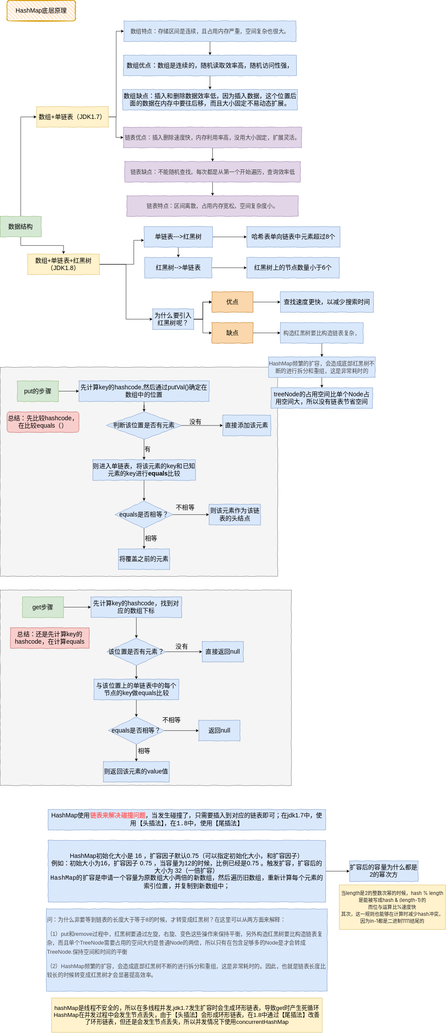
This is Java/HashMap.svg from kusuzi/LearnJava, a draw.io export, as it was before one commit. Source tidied: cells renumbered, new cells last; positions are measured from the earlier drawing's top-left corner, leaving out a move shared by most shapes.
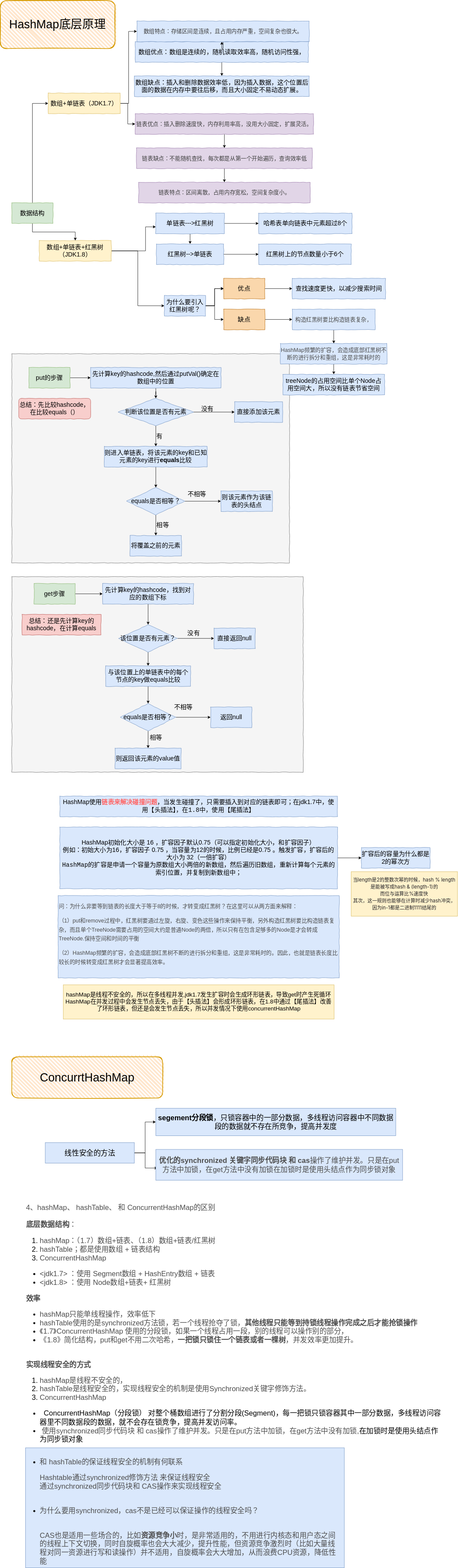
The same file after the commit.

The edit, as a diff of the source:
```diff
@@ -8,8 +8,8 @@
     <mxCell id="3" style="rounded=0;whiteSpace=wrap;html=1;comic=1;fontSize=18;strokeColor=#666666;fillColor=#f5f5f5;fontColor=#333333;" parent="1" vertex="1">
       <mxGeometry y="1070" width="810" height="610" as="geometry" />
     </mxCell>
-    <mxCell id="4" value="HashMap底层原理" style="rounded=1;whiteSpace=wrap;html=1;strokeWidth=2;fillWeight=4;hachureGap=8;hachureAngle=45;fillColor=#ffe6cc;sketch=1;labelBackgroundColor=none;strokeColor=#d79b00;fontSize=18;" parent="1" vertex="1">
-      <mxGeometry x="20" width="200" height="60" as="geometry" />
+    <mxCell id="4" value="HashMap底层原理" style="rounded=1;whiteSpace=wrap;html=1;strokeWidth=2;fillWeight=4;hachureGap=8;hachureAngle=45;fillColor=#ffe6cc;sketch=1;labelBackgroundColor=none;strokeColor=#d79b00;fontSize=34;" parent="1" vertex="1">
+      <mxGeometry x="-33.8" y="40" width="335" height="140" as="geometry" />
     </mxCell>
     <mxCell id="5" style="edgeStyle=orthogonalEdgeStyle;rounded=0;jettySize=auto;html=1;fontSize=18;" parent="1" edge="1" source="7" target="10">
       <mxGeometry relative="1" as="geometry">
@@ -210,7 +210,7 @@
       <mxGeometry relative="1" as="geometry" />
     </mxCell>
     <mxCell id="68" value="&lt;span style=&quot;color: rgb(64, 64, 64); font-size: 16px;&quot;&gt;数组特点：存储区间是连续，且占用内存严重，空间复杂也很大。&lt;/span&gt;" style="whiteSpace=wrap;html=1;rounded=0;labelBackgroundColor=none;comic=1;fontSize=18;strokeColor=#6c8ebf;fillColor=#dae8fc;" parent="1" vertex="1">
-      <mxGeometry x="361.2" y="60" width="502.5" height="60" as="geometry" />
+      <mxGeometry x="365" y="100" width="502.5" height="60" as="geometry" />
     </mxCell>
     <mxCell id="69" value="&lt;span style=&quot;color: rgb(64, 64, 64); font-size: 16px;&quot;&gt;链表特点：区间离散，占用内存宽松，空间复杂度小。&lt;/span&gt;" style="whiteSpace=wrap;html=1;rounded=0;fontSize=18;fontStyle=0;strokeColor=#9673a6;fillColor=#e1d5e7;comic=1;labelBackgroundColor=none;" parent="1" vertex="1">
       <mxGeometry x="370" y="570" width="500" height="60" as="geometry" />
@@ -281,5 +281,29 @@
     <mxCell id="91" value="&lt;span style=&quot;color: rgb(34 , 34 , 38) ; font-family: &amp;#34;sf pro display&amp;#34; , &amp;#34;roboto&amp;#34; , &amp;#34;noto&amp;#34; , &amp;#34;arial&amp;#34; , &amp;#34;pingfang sc&amp;#34; , &amp;#34;hiragino sans gb&amp;#34; , &amp;#34;microsoft yahei&amp;#34; , sans-serif ; font-size: 14px ; text-align: left&quot;&gt;当length是2的整数次幂的时候，hash % length是能被写成hash &amp;amp; (length-1)的&lt;br&gt;而位与运算比%速度快&lt;br&gt;其次，这一规则也能够在计算时减少hash冲突，因为in-1都是二进制1111结尾的&lt;/span&gt;&lt;span style=&quot;color: rgb(34 , 34 , 38) ; font-family: &amp;#34;sf pro display&amp;#34; , &amp;#34;roboto&amp;#34; , &amp;#34;noto&amp;#34; , &amp;#34;arial&amp;#34; , &amp;#34;pingfang sc&amp;#34; , &amp;#34;hiragino sans gb&amp;#34; , &amp;#34;microsoft yahei&amp;#34; , sans-serif ; font-size: 14px ; text-align: left&quot;&gt;&lt;br&gt;&lt;/span&gt;" style="whiteSpace=wrap;html=1;labelBackgroundColor=none;fontSize=17;align=center;fillColor=#fff2cc;strokeColor=#d6b656;" parent="1" vertex="1">
       <mxGeometry x="990" y="2580" width="310" height="130" as="geometry" />
     </mxCell>
+    <mxCell id="92" value="ConcurrtHashMap" style="rounded=1;whiteSpace=wrap;html=1;strokeWidth=2;fillWeight=4;hachureGap=8;hachureAngle=45;fillColor=#ffe6cc;sketch=1;labelBackgroundColor=none;fontSize=34;align=center;strokeColor=#d79b00;" parent="1" vertex="1">
+      <mxGeometry y="3120" width="440" height="120" as="geometry" />
+    </mxCell>
+    <mxCell id="93" value="&lt;span style=&quot;color: rgb(77 , 77 , 77) ; font-size: 21px ; font-style: normal ; font-weight: 400 ; letter-spacing: normal ; text-indent: 0px ; text-transform: none ; word-spacing: 0px ; background-color: rgb(255 , 255 , 255) ; display: inline ; float: none&quot;&gt;4、hashMap、 hashTable、 和 ConcurrentHashMap的区别&lt;/span&gt;&lt;br style=&quot;box-sizing: border-box ; outline: 0px ; overflow-wrap: break-word ; color: rgb(77 , 77 , 77) ; font-size: 21px ; font-style: normal ; font-weight: 400 ; letter-spacing: normal ; text-indent: 0px ; text-transform: none ; word-spacing: 0px ; background-color: rgb(255 , 255 , 255)&quot;&gt;&lt;br&gt;&lt;span style=&quot;color: rgb(77 , 77 , 77) ; font-size: 21px ; font-style: normal ; letter-spacing: normal ; text-indent: 0px ; text-transform: none ; word-spacing: 0px ; background-color: rgb(255 , 255 , 255) ; display: inline ; float: none&quot;&gt;&lt;b style=&quot;font-size: 21px&quot;&gt;底层数据结构&lt;/b&gt;&lt;/span&gt;&lt;span style=&quot;color: rgb(77 , 77 , 77) ; font-size: 21px ; font-style: normal ; font-weight: 400 ; letter-spacing: normal ; text-indent: 0px ; text-transform: none ; word-spacing: 0px ; background-color: rgb(255 , 255 , 255) ; display: inline ; float: none&quot;&gt;：&lt;/span&gt;&lt;br style=&quot;box-sizing: border-box ; outline: 0px ; overflow-wrap: break-word ; color: rgb(77 , 77 , 77) ; font-size: 21px ; font-style: normal ; font-weight: 400 ; letter-spacing: normal ; text-indent: 0px ; text-transform: none ; word-spacing: 0px ; background-color: rgb(255 , 255 , 255)&quot;&gt;&lt;ol&gt;&lt;li&gt;&lt;span style=&quot;color: rgb(77 , 77 , 77) ; font-size: 21px ; font-style: normal ; font-weight: 400 ; letter-spacing: normal ; text-indent: 0px ; text-transform: none ; word-spacing: 0px ; background-color: rgb(255 , 255 , 255) ; display: inline ; float: none&quot;&gt;hashMap：（1.7）数组+链表、（1.8）数组+链表/红黑树&lt;/span&gt;&lt;/li&gt;&lt;li&gt;&lt;span style=&quot;color: rgb(77 , 77 , 77) ; font-size: 21px ; font-style: normal ; font-weight: 400 ; letter-spacing: normal ; text-indent: 0px ; text-transform: none ; word-spacing: 0px ; background-color: rgb(255 , 255 , 255) ; display: inline ; float: none&quot;&gt;hashTable；都是使用数组 + 链表结构&lt;/span&gt;&lt;/li&gt;&lt;li&gt;&lt;span style=&quot;color: rgb(77 , 77 , 77) ; font-size: 21px ; font-style: normal ; font-weight: 400 ; letter-spacing: normal ; text-indent: 0px ; text-transform: none ; word-spacing: 0px ; background-color: rgb(255 , 255 , 255) ; display: inline ; float: none&quot;&gt;ConcurrentHashMap&lt;/span&gt;&lt;/li&gt;&lt;/ol&gt;&lt;ul&gt;&lt;li&gt;&lt;span style=&quot;color: rgb(77 , 77 , 77) ; font-size: 21px ; font-style: normal ; font-weight: 400 ; letter-spacing: normal ; text-indent: 0px ; text-transform: none ; word-spacing: 0px ; background-color: rgb(255 , 255 , 255) ; display: inline ; float: none&quot;&gt;&amp;lt;jdk1.7&amp;gt; ：使用 Segment数组 + HashEntry数组 + 链表&lt;/span&gt;&lt;/li&gt;&lt;li&gt;&lt;span style=&quot;color: rgb(77 , 77 , 77) ; font-size: 21px ; font-style: normal ; font-weight: 400 ; letter-spacing: normal ; text-indent: 0px ; text-transform: none ; word-spacing: 0px ; background-color: rgb(255 , 255 , 255) ; display: inline ; float: none&quot;&gt;&amp;lt;jdk1.8&amp;gt; ：使用 Node数组+链表+ 红黑树&lt;/span&gt;&lt;/li&gt;&lt;/ul&gt;&lt;span style=&quot;color: rgb(77 , 77 , 77) ; font-size: 21px ; font-style: normal ; letter-spacing: normal ; text-indent: 0px ; text-transform: none ; word-spacing: 0px ; background-color: rgb(255 , 255 , 255) ; display: inline ; float: none&quot;&gt;&lt;b style=&quot;font-size: 21px&quot;&gt;效率&lt;/b&gt;&lt;/span&gt;&lt;br style=&quot;box-sizing: border-box ; outline: 0px ; overflow-wrap: break-word ; color: rgb(77 , 77 , 77) ; font-size: 21px ; font-style: normal ; font-weight: 400 ; letter-spacing: normal ; text-indent: 0px ; text-transform: none ; word-spacing: 0px ; background-color: rgb(255 , 255 , 255)&quot;&gt;&lt;ul&gt;&lt;li&gt;&lt;span style=&quot;color: rgb(77 , 77 , 77) ; font-size: 21px ; font-style: normal ; font-weight: 400 ; letter-spacing: normal ; text-indent: 0px ; text-transform: none ; word-spacing: 0px ; background-color: rgb(255 , 255 , 255) ; display: inline ; float: none&quot;&gt;hashMap只能单线程操作，效率低下&lt;/span&gt;&lt;/li&gt;&lt;li&gt;&lt;span style=&quot;color: rgb(77 , 77 , 77) ; font-size: 21px ; font-style: normal ; font-weight: 400 ; letter-spacing: normal ; text-indent: 0px ; text-transform: none ; word-spacing: 0px ; background-color: rgb(255 , 255 , 255) ; display: inline ; float: none&quot;&gt;hashTable使用的是synchronized方法锁，若一个线程抢夺了锁，&lt;/span&gt;&lt;span style=&quot;color: rgb(77 , 77 , 77) ; font-size: 21px ; font-style: normal ; letter-spacing: normal ; text-indent: 0px ; text-transform: none ; word-spacing: 0px ; background-color: rgb(255 , 255 , 255) ; display: inline ; float: none&quot;&gt;&lt;b style=&quot;font-size: 21px&quot;&gt;其他线程只能等到持锁线程操作完成之后才能抢锁操作&lt;/b&gt;&lt;/span&gt;&lt;/li&gt;&lt;li&gt;&lt;span style=&quot;color: rgb(77 , 77 , 77) ; font-size: 21px ; font-style: normal ; font-weight: 400 ; letter-spacing: normal ; text-indent: 0px ; text-transform: none ; word-spacing: 0px ; background-color: rgb(255 , 255 , 255) ; display: inline ; float: none&quot;&gt;《1.7》ConcurrentHashMap 使用的分段锁，如果一个线程占用一段，别的线程可以操作别的部分，&lt;/span&gt;&lt;/li&gt;&lt;li&gt;&lt;span style=&quot;color: rgb(77 , 77 , 77) ; font-size: 21px ; font-style: normal ; font-weight: 400 ; letter-spacing: normal ; text-indent: 0px ; text-transform: none ; word-spacing: 0px ; background-color: rgb(255 , 255 , 255) ; display: inline ; float: none&quot;&gt;《1.8》简化结构，put和get不用二次哈希，&lt;/span&gt;&lt;span style=&quot;color: rgb(77 , 77 , 77) ; font-size: 21px ; font-style: normal ; letter-spacing: normal ; text-indent: 0px ; text-transform: none ; word-spacing: 0px ; background-color: rgb(255 , 255 , 255) ; display: inline ; float: none&quot;&gt;&lt;b style=&quot;font-size: 21px&quot;&gt;一把锁只锁住一个链表或者一棵树&lt;/b&gt;&lt;/span&gt;&lt;span style=&quot;color: rgb(77 , 77 , 77) ; font-size: 21px ; font-style: normal ; font-weight: 400 ; letter-spacing: normal ; text-indent: 0px ; text-transform: none ; word-spacing: 0px ; background-color: rgb(255 , 255 , 255) ; display: inline ; float: none&quot;&gt;，并发效率更加提升。&lt;/span&gt;&lt;/li&gt;&lt;/ul&gt;&lt;div&gt;&lt;font color=&quot;#4d4d4d&quot;&gt;&lt;br&gt;&lt;/font&gt;&lt;/div&gt;&lt;div&gt;&lt;span style=&quot;color: rgb(77 , 77 , 77) ; background-color: rgb(255 , 255 , 255)&quot;&gt;&lt;b&gt;实现线程安全的方式&lt;/b&gt;&lt;/span&gt;&lt;br style=&quot;box-sizing: border-box ; outline: 0px ; overflow-wrap: break-word ; color: rgb(77 , 77 , 77) ; background-color: rgb(255 , 255 , 255)&quot;&gt;&lt;ol&gt;&lt;li&gt;&lt;span style=&quot;color: rgb(77 , 77 , 77) ; background-color: rgb(255 , 255 , 255)&quot;&gt;hashMap是线程不安全的，&lt;/span&gt;&lt;/li&gt;&lt;li&gt;&lt;span style=&quot;color: rgb(77 , 77 , 77) ; background-color: rgb(255 , 255 , 255)&quot;&gt;hashTable是线程安全的，实现线程安全的机制是使用Synchronized关键字修饰方法。&lt;/span&gt;&lt;/li&gt;&lt;li&gt;&lt;span style=&quot;color: rgb(77 , 77 , 77) ; background-color: rgb(255 , 255 , 255)&quot;&gt;ConcurrentHashMap&lt;/span&gt;&lt;/li&gt;&lt;/ol&gt;&lt;ul&gt;&lt;li&gt;&amp;nbsp; ConcurrentHashMap（分段锁） 对整个桶数组进行了分割分段(Segment)，每一把锁只锁容器其中一部分数据，多线程访问容器里不同数据段的数据，就不会存在锁竞争，提高并发访问率。&lt;/li&gt;&lt;li&gt;&amp;nbsp;&lt;span style=&quot;color: rgb(77 , 77 , 77) ; background-color: rgb(255 , 255 , 255)&quot;&gt;使用synchronized同步代码块&amp;nbsp;和 cas操作了维护并发。&lt;/span&gt;&lt;span style=&quot;color: rgb(77 , 77 , 77) ; background-color: rgb(255 , 255 , 255)&quot;&gt;只是在put方法中加锁，在get方法中没有加锁,&lt;/span&gt;在加锁时是使用头结点作为同步锁对象&lt;/li&gt;&lt;/ul&gt;&lt;/div&gt;" style="text;whiteSpace=wrap;html=1;fontSize=21;" parent="1" vertex="1">
+      <mxGeometry x="40" y="3540" width="1223.1" height="910" as="geometry" />
+    </mxCell>
+    <mxCell id="94" style="edgeStyle=orthogonalEdgeStyle;rounded=0;jettySize=auto;html=1;entryX=0;entryY=0.5;entryDx=0;entryDy=0;fontSize=21;" parent="1" edge="1" source="96" target="97">
+      <mxGeometry relative="1" as="geometry" />
+    </mxCell>
+    <mxCell id="95" style="edgeStyle=orthogonalEdgeStyle;rounded=0;jettySize=auto;html=1;entryX=0.007;entryY=0.604;entryDx=0;entryDy=0;entryPerimeter=0;fontSize=21;" parent="1" edge="1" source="96" target="98">
+      <mxGeometry relative="1" as="geometry" />
+    </mxCell>
+    <mxCell id="96" value="线性安全的方法" style="whiteSpace=wrap;html=1;labelBackgroundColor=none;fontSize=21;align=center;fillColor=#dae8fc;strokeColor=#6c8ebf;" parent="1" vertex="1">
+      <mxGeometry x="97.5" y="3370" width="260" height="60" as="geometry" />
+    </mxCell>
+    <mxCell id="97" value="&lt;b&gt;segement分段锁&lt;/b&gt;，只锁容器中的一部分数据，多线程访问容器中不同数据段的数据就不存在所竞争，提高并发度" style="whiteSpace=wrap;html=1;fontSize=21;strokeColor=#6c8ebf;fillColor=#dae8fc;" parent="1" vertex="1">
+      <mxGeometry x="420" y="3270" width="700" height="80" as="geometry" />
+    </mxCell>
+    <mxCell id="98" value="&lt;span style=&quot;color: rgb(77, 77, 77); font-size: 21px; text-align: left;&quot;&gt;&lt;b style=&quot;font-size: 21px;&quot;&gt;优化的synchronized 关键字同步代码块 和 cas&lt;/b&gt;操作了维护并发。&lt;/span&gt;&lt;span style=&quot;text-align: left; color: rgb(77, 77, 77); font-size: 21px;&quot;&gt;只是在put方法中加锁，在get方法中没有加锁&lt;/span&gt;&lt;span style=&quot;text-align: left; color: rgb(77, 77, 77); font-size: 21px;&quot;&gt;在加锁时是使用头结点作为同步锁对象&lt;/span&gt;" style="whiteSpace=wrap;html=1;fontSize=21;strokeColor=#6c8ebf;fillColor=#dae8fc;labelBackgroundColor=none;" parent="1" vertex="1">
+      <mxGeometry x="420" y="3390" width="720" height="90" as="geometry" />
+    </mxCell>
+    <mxCell id="99" value="&lt;ul&gt;&lt;li&gt;&lt;span style=&quot;color: rgb(77 , 77 , 77)&quot;&gt;和 hashTable的保证线程安全的机制有何联系&lt;/span&gt;&lt;/li&gt;&lt;/ul&gt;&lt;blockquote style=&quot;margin: 0 0 0 40px ; border: none ; padding: 0px&quot;&gt;&lt;span style=&quot;color: rgb(77 , 77 , 77)&quot;&gt;Hashtable通过synchronized修饰方法 来保证线程安全&lt;br&gt;&lt;/span&gt;&lt;span style=&quot;color: rgb(77 , 77 , 77)&quot;&gt;通过synchronized同步代码块和 CAS操作来实现线程安全&lt;/span&gt;&lt;/blockquote&gt;&lt;br style=&quot;box-sizing: border-box ; outline: 0px ; overflow-wrap: break-word ; color: rgb(77 , 77 , 77)&quot;&gt;&lt;ul&gt;&lt;li&gt;&lt;span style=&quot;color: rgb(77 , 77 , 77)&quot;&gt;为什么要用synchronized，cas不是已经可以保证操作的线程安全吗？&lt;/span&gt;&lt;/li&gt;&lt;/ul&gt;&lt;br style=&quot;box-sizing: border-box ; outline: 0px ; overflow-wrap: break-word ; color: rgb(77 , 77 , 77)&quot;&gt;&lt;blockquote style=&quot;margin: 0 0 0 40px ; border: none ; padding: 0px&quot;&gt;&lt;span style=&quot;color: rgb(77 , 77 , 77)&quot;&gt;CAS也是适用一些场合的，比如&lt;b&gt;资源竞争小&lt;/b&gt;时，是非常适用的，不用进行内核态和用户态之间&lt;br&gt;&lt;/span&gt;&lt;span style=&quot;color: rgb(77 , 77 , 77)&quot;&gt;的线程上下文切换，同时自旋概率也会大大减少，提升性能，但资源竞争激烈时（比如大量线&lt;br&gt;&lt;/span&gt;&lt;span style=&quot;color: rgb(77 , 77 , 77)&quot;&gt;程对同一资源进行写和读操作）并不适用，自旋概率会大大增加，从而浪费CPU资源，降低性&lt;br&gt;&lt;/span&gt;&lt;span style=&quot;color: rgb(77 , 77 , 77)&quot;&gt;能&lt;/span&gt;&lt;/blockquote&gt;" style="rounded=0;whiteSpace=wrap;html=1;labelBackgroundColor=none;fontSize=21;strokeColor=#6c8ebf;fillColor=#dae8fc;align=left;" parent="1" vertex="1">
+      <mxGeometry x="40" y="4260" width="930" height="350" as="geometry" />
+    </mxCell>
   </root>
 </mxGraphModel>
```
